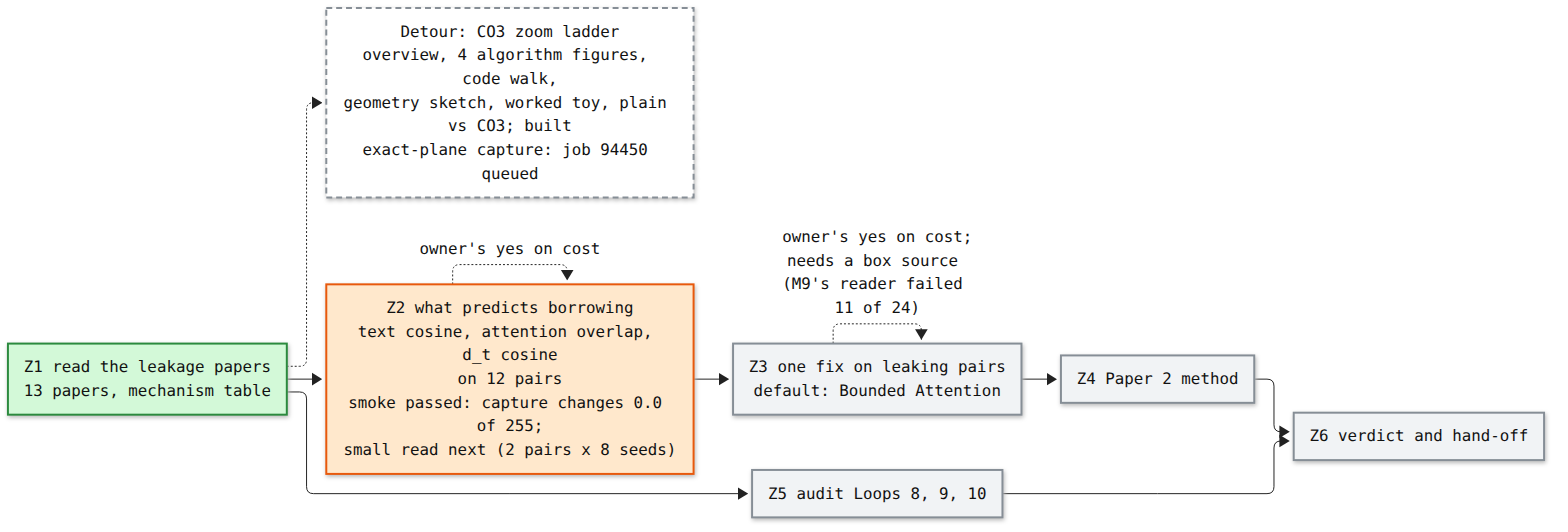
The Mermaid diagram artifacts/notes/progress/leakage/loop-12-progress.png in mo-rsa24/concept-composition, before a commit. Its source is kept beside it as artifacts/notes/progress/leakage/loop-12-progress.mmd.
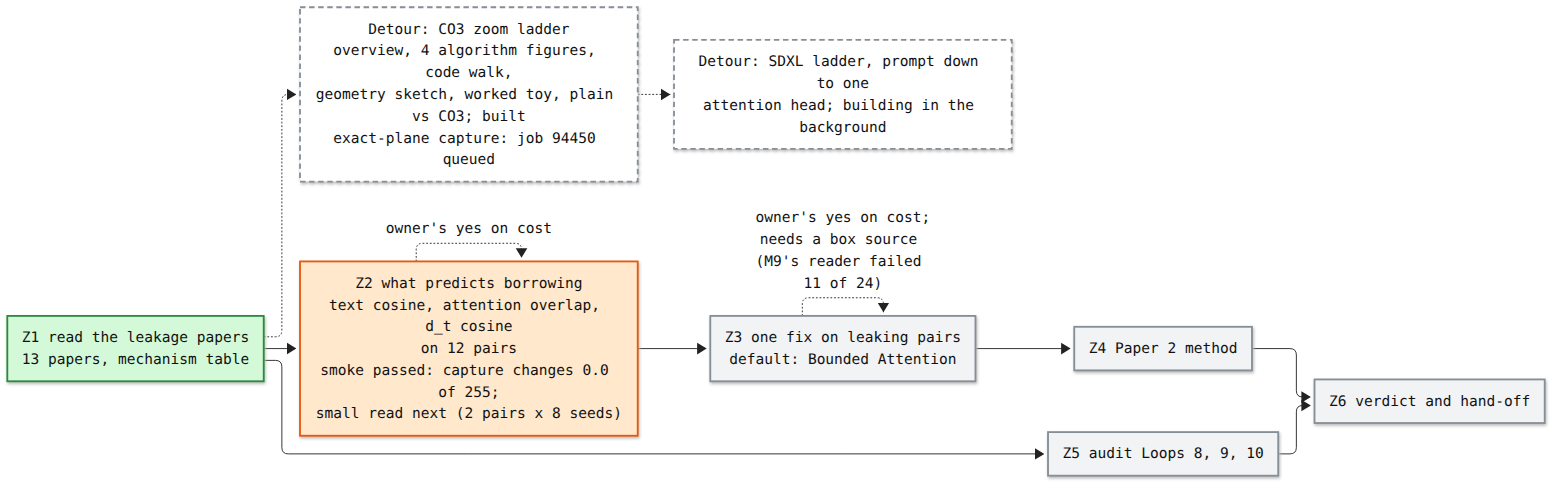
The same diagram one commit later.

Commit message:
Loop 12 map: SDXL ladder detour

Change to the diagram source:
```diff
@@ -8,6 +8,8 @@
   Z6["Z6 verdict and hand-off"]:::todo
   LAD["Detour: CO3 zoom ladder<br/>overview, 4 algorithm figures, code walk,<br/>geometry sketch, worked toy, plain vs CO3; built<br/>exact-plane capture: job 94450 queued"]:::detour
   Z1 -.-> LAD
+  SDX["Detour: SDXL ladder, prompt down to one<br/>attention head; building in the background"]:::detour
+  LAD -.-> SDX
   Z1 --> Z2 --> Z3 --> Z4 --> Z6
   Z1 --> Z5 --> Z6
   Z2 -. "owner's yes on cost" .-> Z2
```
